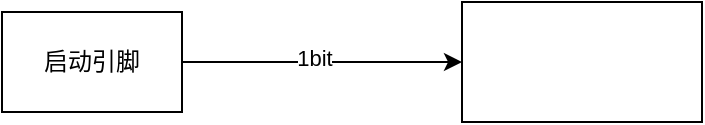
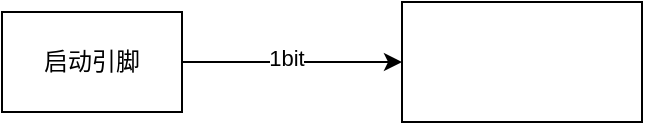
<mxfile host="65bd71144e">
    <diagram id="0QE4PKb126s_hpRAmZ2d" name="Page-1">
-         <mxGraphModel dx="630" dy="415" grid="1" gridSize="10" guides="1" tooltips="1" connect="1" arrows="1" fold="1" page="1" pageScale="1" pageWidth="850" pageHeight="1100" math="0" shadow="0">
+         <mxGraphModel dx="731" dy="530" grid="1" gridSize="10" guides="1" tooltips="1" connect="1" arrows="1" fold="1" page="1" pageScale="1" pageWidth="850" pageHeight="1100" math="0" shadow="0">
            <root>
                <mxCell id="0"/>
                <mxCell id="1" parent="0"/>
-                 <mxCell id="4" style="edgeStyle=none;html=1;exitX=1;exitY=0.5;exitDx=0;exitDy=0;entryX=0;entryY=0.5;entryDx=0;entryDy=0;" edge="1" parent="1" source="2" target="3">
+                 <mxCell id="4" style="edgeStyle=none;html=1;exitX=1;exitY=0.5;exitDx=0;exitDy=0;entryX=0;entryY=0.5;entryDx=0;entryDy=0;" parent="1" source="2" target="3" edge="1">
                    <mxGeometry relative="1" as="geometry"/>
                </mxCell>
-                 <mxCell id="5" value="1bit" style="edgeLabel;html=1;align=center;verticalAlign=middle;resizable=0;points=[];" vertex="1" connectable="0" parent="4">
+                 <mxCell id="5" value="1bit" style="edgeLabel;html=1;align=center;verticalAlign=middle;resizable=0;points=[];" parent="4" vertex="1" connectable="0">
                    <mxGeometry x="-0.0646" y="2" relative="1" as="geometry">
                        <mxPoint as="offset"/>
                    </mxGeometry>
                </mxCell>
-                 <mxCell id="2" value="启动引脚" style="rounded=0;whiteSpace=wrap;html=1;" vertex="1" parent="1">
+                 <mxCell id="2" value="启动引脚" style="rounded=0;whiteSpace=wrap;html=1;" parent="1" vertex="1">
                    <mxGeometry x="170" y="410" width="90" height="50" as="geometry"/>
                </mxCell>
-                 <mxCell id="3" value="" style="rounded=0;whiteSpace=wrap;html=1;" vertex="1" parent="1">
-                     <mxGeometry x="400" y="405" width="120" height="60" as="geometry"/>
+                 <mxCell id="3" value="" style="rounded=0;whiteSpace=wrap;html=1;" parent="1" vertex="1">
+                     <mxGeometry x="370" y="405" width="120" height="60" as="geometry"/>
                </mxCell>
            </root>
        </mxGraphModel>
    </diagram>
</mxfile>